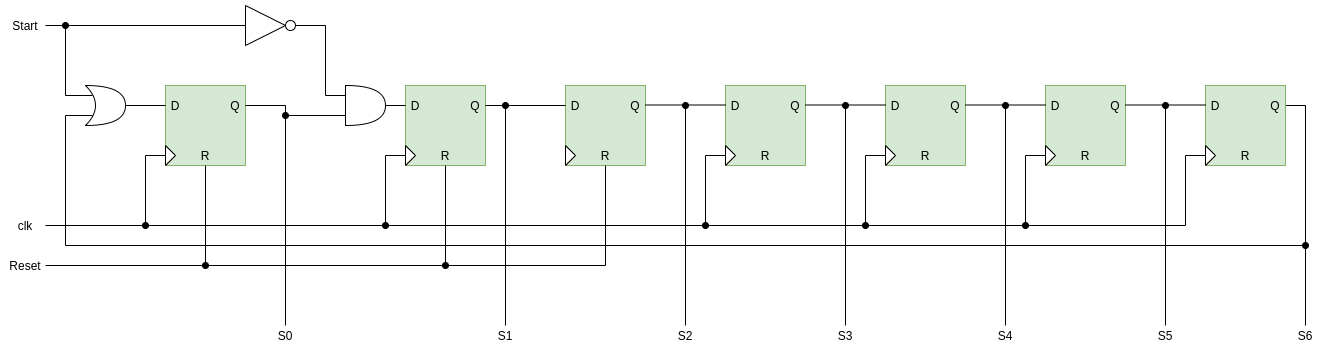
dma-neves/dcpu keeps this draw.io diagram as other/seven_state_sm.png. Above is the earlier version. Source tidied: cells renumbered, new cells last; positions are measured from the earlier drawing's top-left corner, leaving out a move shared by most shapes.
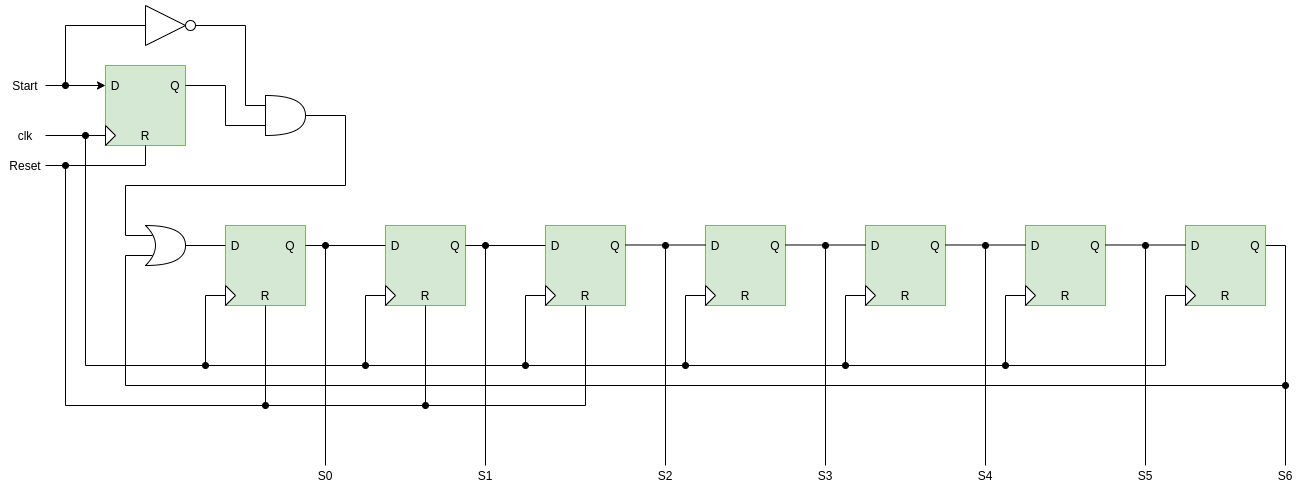
The same file after the commit.

Diff of the diagram source:
```diff
@@ -3,129 +3,98 @@
     <mxCell id="0" />
     <mxCell id="1" parent="0" />
     <mxCell id="2" style="rounded=0;whiteSpace=wrap;html=1;fillColor=#d5e8d4;strokeColor=#82b366;" parent="1" vertex="1">
-      <mxGeometry x="160" y="80" width="80" height="80" as="geometry" />
+      <mxGeometry x="240" y="80" width="80" height="80" as="geometry" />
     </mxCell>
     <mxCell id="3" style="rounded=0;whiteSpace=wrap;html=1;fillColor=#d5e8d4;strokeColor=#82b366;" parent="1" vertex="1">
       <mxGeometry x="400" y="80" width="80" height="80" as="geometry" />
     </mxCell>
     <mxCell id="4" value="D" style="text;html=1;strokeColor=none;fillColor=none;align=center;verticalAlign=middle;whiteSpace=wrap;rounded=0;" parent="1" vertex="1">
-      <mxGeometry x="150" y="90" width="40" height="20" as="geometry" />
+      <mxGeometry x="230" y="90" width="40" height="20" as="geometry" />
     </mxCell>
     <mxCell id="5" value="D" style="text;html=1;strokeColor=none;fillColor=none;align=center;verticalAlign=middle;whiteSpace=wrap;rounded=0;" parent="1" vertex="1">
       <mxGeometry x="390" y="90" width="40" height="20" as="geometry" />
     </mxCell>
     <mxCell id="6" style="triangle;whiteSpace=wrap;html=1;" parent="1" vertex="1">
-      <mxGeometry x="160" y="140" width="10" height="20" as="geometry" />
+      <mxGeometry x="240" y="140" width="10" height="20" as="geometry" />
     </mxCell>
     <mxCell id="7" style="triangle;whiteSpace=wrap;html=1;" parent="1" vertex="1">
       <mxGeometry x="400" y="140" width="10" height="20" as="geometry" />
     </mxCell>
     <mxCell id="8" value="Q" style="text;html=1;strokeColor=none;fillColor=none;align=center;verticalAlign=middle;whiteSpace=wrap;rounded=0;" parent="1" vertex="1">
-      <mxGeometry x="210" y="90" width="40" height="20" as="geometry" />
+      <mxGeometry x="285" y="90" width="40" height="20" as="geometry" />
     </mxCell>
     <mxCell id="9" value="Q" style="text;html=1;strokeColor=none;fillColor=none;align=center;verticalAlign=middle;whiteSpace=wrap;rounded=0;" parent="1" vertex="1">
       <mxGeometry x="450" y="90" width="40" height="20" as="geometry" />
     </mxCell>
     <mxCell id="10" value="Start" style="text;html=1;strokeColor=none;fillColor=none;align=center;verticalAlign=middle;whiteSpace=wrap;rounded=0;" parent="1" vertex="1">
-      <mxGeometry y="10" width="40" height="20" as="geometry" />
+      <mxGeometry x="20" y="-70" width="40" height="20" as="geometry" />
     </mxCell>
     <mxCell id="11" value="R" style="text;html=1;strokeColor=none;fillColor=none;align=center;verticalAlign=middle;whiteSpace=wrap;rounded=0;" parent="1" vertex="1">
-      <mxGeometry x="180" y="140" width="40" height="20" as="geometry" />
+      <mxGeometry x="260" y="140" width="40" height="20" as="geometry" />
     </mxCell>
     <mxCell id="12" value="R" style="text;html=1;strokeColor=none;fillColor=none;align=center;verticalAlign=middle;whiteSpace=wrap;rounded=0;" parent="1" vertex="1">
       <mxGeometry x="420" y="140" width="40" height="20" as="geometry" />
     </mxCell>
     <mxCell id="13" value="Reset" style="text;html=1;strokeColor=none;fillColor=none;align=center;verticalAlign=middle;whiteSpace=wrap;rounded=0;" parent="1" vertex="1">
-      <mxGeometry y="250" width="40" height="20" as="geometry" />
+      <mxGeometry x="20" y="10" width="40" height="20" as="geometry" />
     </mxCell>
-    <mxCell id="14" style="endArrow=none;html=1;exitX=1;exitY=0.5;exitDx=0;exitDy=0;entryX=0.5;entryY=1;entryDx=0;entryDy=0;rounded=0;" parent="1" edge="1" source="13" target="11">
+    <mxCell id="14" style="endArrow=none;html=1;entryX=0.5;entryY=1;entryDx=0;entryDy=0;rounded=0;startArrow=oval;startFill=1;" parent="1" edge="1" target="11">
       <mxGeometry relative="1" as="geometry">
+        <mxPoint x="80" y="20" as="sourcePoint" />
         <Array as="points">
-          <mxPoint x="200" y="260" />
+          <mxPoint x="80" y="260" />
+          <mxPoint x="280" y="260" />
         </Array>
       </mxGeometry>
     </mxCell>
     <mxCell id="15" style="endArrow=none;html=1;entryX=0.5;entryY=1;entryDx=0;entryDy=0;rounded=0;startArrow=oval;startFill=1;" parent="1" edge="1" target="12">
       <mxGeometry relative="1" as="geometry">
-        <mxPoint x="200" y="260" as="sourcePoint" />
+        <mxPoint x="280" y="260" as="sourcePoint" />
         <Array as="points">
           <mxPoint x="440" y="260" />
         </Array>
       </mxGeometry>
     </mxCell>
     <mxCell id="16" value="clk" style="text;html=1;strokeColor=none;fillColor=none;align=center;verticalAlign=middle;whiteSpace=wrap;rounded=0;" parent="1" vertex="1">
-      <mxGeometry y="210" width="40" height="20" as="geometry" />
+      <mxGeometry x="20" y="-20" width="40" height="20" as="geometry" />
     </mxCell>
-    <mxCell id="17" style="endArrow=none;html=1;exitX=1;exitY=0.5;exitDx=0;exitDy=0;entryX=0;entryY=0.5;entryDx=0;entryDy=0;rounded=0;" parent="1" edge="1" source="16" target="6">
+    <mxCell id="17" style="endArrow=none;html=1;entryX=0;entryY=0.5;entryDx=0;entryDy=0;rounded=0;startArrow=oval;startFill=1;" parent="1" edge="1" target="6">
       <mxGeometry relative="1" as="geometry">
+        <mxPoint x="100" y="-10" as="sourcePoint" />
         <Array as="points">
-          <mxPoint x="140" y="220" />
-          <mxPoint x="140" y="150" />
+          <mxPoint x="100" y="220" />
+          <mxPoint x="220" y="220" />
+          <mxPoint x="220" y="150" />
         </Array>
       </mxGeometry>
     </mxCell>
     <mxCell id="18" style="endArrow=none;html=1;entryX=0;entryY=0.5;entryDx=0;entryDy=0;rounded=0;startArrow=oval;startFill=1;" parent="1" edge="1" target="7">
       <mxGeometry relative="1" as="geometry">
-        <mxPoint x="140" y="220" as="sourcePoint" />
+        <mxPoint x="220" y="220" as="sourcePoint" />
         <Array as="points">
           <mxPoint x="380" y="220" />
           <mxPoint x="380" y="150" />
         </Array>
       </mxGeometry>
     </mxCell>
-    <mxCell id="19" style="shape=xor;whiteSpace=wrap;html=1;" parent="1" vertex="1">
-      <mxGeometry x="80" y="80" width="40" height="40" as="geometry" />
-    </mxCell>
-    <mxCell id="20" style="endArrow=none;html=1;strokeColor=#000000;exitX=1;exitY=0.5;exitDx=0;exitDy=0;entryX=0.175;entryY=0.25;entryDx=0;entryDy=0;entryPerimeter=0;rounded=0;" parent="1" edge="1" source="10" target="19">
-      <mxGeometry relative="1" as="geometry">
-        <Array as="points">
-          <mxPoint x="60" y="20" />
-          <mxPoint x="60" y="90" />
-        </Array>
-      </mxGeometry>
-    </mxCell>
-    <mxCell id="21" style="endArrow=none;html=1;strokeColor=#000000;exitX=1;exitY=0.5;exitDx=0;exitDy=0;exitPerimeter=0;" parent="1" edge="1" source="19">
+    <mxCell id="21" style="endArrow=none;html=1;strokeColor=#000000;exitX=1;exitY=0.5;exitDx=0;exitDy=0;exitPerimeter=0;" parent="1" edge="1">
       <mxGeometry relative="1" as="geometry">
-        <mxPoint x="160" y="100" as="targetPoint" />
+        <mxPoint x="200" y="100" as="sourcePoint" />
+        <mxPoint x="240" y="100" as="targetPoint" />
       </mxGeometry>
     </mxCell>
     <mxCell id="22" style="triangle;whiteSpace=wrap;html=1;" parent="1" vertex="1">
-      <mxGeometry x="240" width="40" height="40" as="geometry" />
+      <mxGeometry x="160" y="-140" width="40" height="40" as="geometry" />
     </mxCell>
-    <mxCell id="23" style="endArrow=none;html=1;strokeColor=#000000;entryX=0;entryY=0.5;entryDx=0;entryDy=0;startArrow=oval;startFill=1;" parent="1" edge="1" target="22">
-      <mxGeometry relative="1" as="geometry">
-        <mxPoint x="60" y="20" as="sourcePoint" />
-      </mxGeometry>
-    </mxCell>
     <mxCell id="24" style="ellipse;whiteSpace=wrap;html=1;" parent="1" vertex="1">
-      <mxGeometry x="280" y="15" width="10" height="10" as="geometry" />
+      <mxGeometry x="200" y="-125" width="10" height="10" as="geometry" />
     </mxCell>
     <mxCell id="25" style="shape=or;whiteSpace=wrap;html=1;" parent="1" vertex="1">
-      <mxGeometry x="340" y="80" width="40" height="40" as="geometry" />
+      <mxGeometry x="280" y="-50" width="40" height="40" as="geometry" />
     </mxCell>
-    <mxCell id="26" style="endArrow=none;html=1;strokeColor=#000000;entryX=1;entryY=0.5;entryDx=0;entryDy=0;exitX=0;exitY=0.25;exitDx=0;exitDy=0;exitPerimeter=0;rounded=0;" parent="1" edge="1" source="25" target="24">
-      <mxGeometry relative="1" as="geometry">
-        <Array as="points">
-          <mxPoint x="320" y="90" />
-          <mxPoint x="320" y="20" />
-        </Array>
-      </mxGeometry>
-    </mxCell>
-    <mxCell id="27" style="endArrow=none;html=1;strokeColor=#000000;exitX=0;exitY=0.25;exitDx=0;exitDy=0;entryX=1;entryY=0.5;entryDx=0;entryDy=0;entryPerimeter=0;" parent="1" edge="1" source="3" target="25">
-      <mxGeometry relative="1" as="geometry" />
-    </mxCell>
-    <mxCell id="28" style="endArrow=none;html=1;strokeColor=#000000;exitX=0;exitY=0.75;exitDx=0;exitDy=0;exitPerimeter=0;entryX=1;entryY=0.25;entryDx=0;entryDy=0;rounded=0;" parent="1" edge="1" source="25" target="2">
-      <mxGeometry relative="1" as="geometry">
-        <Array as="points">
-          <mxPoint x="280" y="110" />
-          <mxPoint x="280" y="100" />
-        </Array>
-      </mxGeometry>
-    </mxCell>
-    <mxCell id="29" style="endArrow=oval;html=1;strokeColor=#000000;startArrow=none;startFill=0;endFill=1;" parent="1" edge="1">
+    <mxCell id="29" style="endArrow=oval;html=1;strokeColor=#000000;startArrow=none;startFill=0;endFill=1;exitX=0.5;exitY=0;exitDx=0;exitDy=0;" parent="1" edge="1" source="31">
       <mxGeometry relative="1" as="geometry">
-        <mxPoint x="280" y="320" as="sourcePoint" />
-        <mxPoint x="280" y="110" as="targetPoint" />
+        <mxPoint x="340" y="100" as="targetPoint" />
       </mxGeometry>
     </mxCell>
     <mxCell id="30" style="endArrow=none;html=1;strokeColor=#000000;startArrow=oval;startFill=1;entryX=0.5;entryY=0;entryDx=0;entryDy=0;" parent="1" edge="1" target="32">
@@ -134,7 +103,7 @@
       </mxGeometry>
     </mxCell>
     <mxCell id="31" value="S0" style="text;html=1;strokeColor=none;fillColor=none;align=center;verticalAlign=middle;whiteSpace=wrap;rounded=0;" parent="1" vertex="1">
-      <mxGeometry x="260" y="320" width="40" height="20" as="geometry" />
+      <mxGeometry x="320" y="320" width="40" height="20" as="geometry" />
     </mxCell>
     <mxCell id="32" value="S1" style="text;html=1;strokeColor=none;fillColor=none;align=center;verticalAlign=middle;whiteSpace=wrap;rounded=0;" parent="1" vertex="1">
       <mxGeometry x="480" y="320" width="40" height="20" as="geometry" />
@@ -176,13 +145,14 @@
         </Array>
       </mxGeometry>
     </mxCell>
-    <mxCell id="41" style="endArrow=none;html=1;entryX=0.175;entryY=0.75;entryDx=0;entryDy=0;entryPerimeter=0;rounded=0;exitX=1;exitY=0.25;exitDx=0;exitDy=0;" parent="1" edge="1" source="57" target="19">
+    <mxCell id="41" style="endArrow=none;html=1;entryX=0.175;entryY=0.75;entryDx=0;entryDy=0;entryPerimeter=0;rounded=0;exitX=1;exitY=0.25;exitDx=0;exitDy=0;" parent="1" edge="1" source="57">
       <mxGeometry relative="1" as="geometry">
+        <mxPoint x="167" y="110" as="targetPoint" />
         <Array as="points">
           <mxPoint x="1300" y="100" />
           <mxPoint x="1300" y="240" />
-          <mxPoint x="60" y="240" />
-          <mxPoint x="60" y="110" />
+          <mxPoint x="140" y="240" />
+          <mxPoint x="140" y="110" />
         </Array>
       </mxGeometry>
     </mxCell>
@@ -336,5 +306,83 @@
     <mxCell id="78" value="S6" style="text;html=1;strokeColor=none;fillColor=none;align=center;verticalAlign=middle;whiteSpace=wrap;rounded=0;" parent="1" vertex="1">
       <mxGeometry x="1280" y="320" width="40" height="20" as="geometry" />
     </mxCell>
+    <mxCell id="79" style="rounded=0;whiteSpace=wrap;html=1;fillColor=#d5e8d4;strokeColor=#82b366;" parent="1" vertex="1">
+      <mxGeometry x="120" y="-80" width="80" height="80" as="geometry" />
+    </mxCell>
+    <mxCell id="80" value="D" style="text;html=1;strokeColor=none;fillColor=none;align=center;verticalAlign=middle;whiteSpace=wrap;rounded=0;" parent="1" vertex="1">
+      <mxGeometry x="110" y="-70" width="40" height="20" as="geometry" />
+    </mxCell>
+    <mxCell id="81" style="triangle;whiteSpace=wrap;html=1;" parent="1" vertex="1">
+      <mxGeometry x="120" y="-20" width="10" height="20" as="geometry" />
+    </mxCell>
+    <mxCell id="82" value="Q" style="text;html=1;strokeColor=none;fillColor=none;align=center;verticalAlign=middle;whiteSpace=wrap;rounded=0;" parent="1" vertex="1">
+      <mxGeometry x="170" y="-70" width="40" height="20" as="geometry" />
+    </mxCell>
+    <mxCell id="83" value="R" style="text;html=1;strokeColor=none;fillColor=none;align=center;verticalAlign=middle;whiteSpace=wrap;rounded=0;" parent="1" vertex="1">
+      <mxGeometry x="140" y="-20" width="40" height="20" as="geometry" />
+    </mxCell>
+    <mxCell id="84" style="endArrow=classic;html=1;exitX=1;exitY=0.5;exitDx=0;exitDy=0;entryX=0;entryY=0.25;entryDx=0;entryDy=0;" parent="1" edge="1" source="10" target="79">
+      <mxGeometry relative="1" as="geometry" />
+    </mxCell>
+    <mxCell id="85" style="endArrow=none;html=1;exitX=1;exitY=0.25;exitDx=0;exitDy=0;rounded=0;" parent="1" edge="1" source="79">
+      <mxGeometry relative="1" as="geometry">
+        <mxPoint x="280" y="-20" as="targetPoint" />
+        <Array as="points">
+          <mxPoint x="240" y="-60" />
+          <mxPoint x="240" y="-20" />
+        </Array>
+      </mxGeometry>
+    </mxCell>
+    <mxCell id="86" style="endArrow=none;html=1;exitX=1;exitY=0.5;exitDx=0;exitDy=0;entryX=0;entryY=0.25;entryDx=0;entryDy=0;entryPerimeter=0;rounded=0;" parent="1" edge="1" source="24" target="25">
+      <mxGeometry relative="1" as="geometry">
+        <Array as="points">
+          <mxPoint x="260" y="-120" />
+          <mxPoint x="260" y="-40" />
+        </Array>
+      </mxGeometry>
+    </mxCell>
+    <mxCell id="87" style="endArrow=none;html=1;entryX=0;entryY=0.5;entryDx=0;entryDy=0;rounded=0;startArrow=oval;startFill=1;" parent="1" edge="1" target="22">
+      <mxGeometry relative="1" as="geometry">
+        <mxPoint x="80" y="-60" as="sourcePoint" />
+        <Array as="points">
+          <mxPoint x="80" y="-120" />
+        </Array>
+      </mxGeometry>
+    </mxCell>
+    <mxCell id="19" style="shape=xor;whiteSpace=wrap;html=1;" parent="1" vertex="1">
+      <mxGeometry x="160" y="80" width="40" height="40" as="geometry" />
+    </mxCell>
+    <mxCell id="88" style="endArrow=none;html=1;exitX=0.175;exitY=0.25;exitDx=0;exitDy=0;exitPerimeter=0;entryX=1;entryY=0.5;entryDx=0;entryDy=0;entryPerimeter=0;rounded=0;" parent="1" edge="1" source="19" target="25">
+      <mxGeometry relative="1" as="geometry">
+        <Array as="points">
+          <mxPoint x="140" y="90" />
+          <mxPoint x="140" y="40" />
+          <mxPoint x="360" y="40" />
+          <mxPoint x="360" y="-30" />
+        </Array>
+      </mxGeometry>
+    </mxCell>
+    <mxCell id="89" style="endArrow=none;html=1;exitX=1;exitY=0.5;exitDx=0;exitDy=0;entryX=0;entryY=0.5;entryDx=0;entryDy=0;" parent="1" edge="1" source="16" target="81">
+      <mxGeometry relative="1" as="geometry" />
+    </mxCell>
+    <mxCell id="90" style="endArrow=none;html=1;exitX=1;exitY=0.5;exitDx=0;exitDy=0;entryX=0.5;entryY=1;entryDx=0;entryDy=0;rounded=0;" parent="1" edge="1" source="13" target="83">
+      <mxGeometry relative="1" as="geometry">
+        <Array as="points">
+          <mxPoint x="160" y="20" />
+        </Array>
+      </mxGeometry>
+    </mxCell>
+    <mxCell id="91" style="endArrow=none;html=1;exitX=1;exitY=0.25;exitDx=0;exitDy=0;entryX=0;entryY=0.25;entryDx=0;entryDy=0;" parent="1" edge="1" source="2" target="3">
+      <mxGeometry relative="1" as="geometry" />
+    </mxCell>
+    <mxCell id="92" style="endArrow=none;html=1;entryX=0;entryY=0.5;entryDx=0;entryDy=0;rounded=0;startArrow=oval;startFill=1;" parent="1" edge="1">
+      <mxGeometry relative="1" as="geometry">
+        <mxPoint x="540" y="220" as="sourcePoint" />
+        <mxPoint x="560" y="150" as="targetPoint" />
+        <Array as="points">
+          <mxPoint x="540" y="150" />
+        </Array>
+      </mxGeometry>
+    </mxCell>
   </root>
 </mxGraphModel>
```
